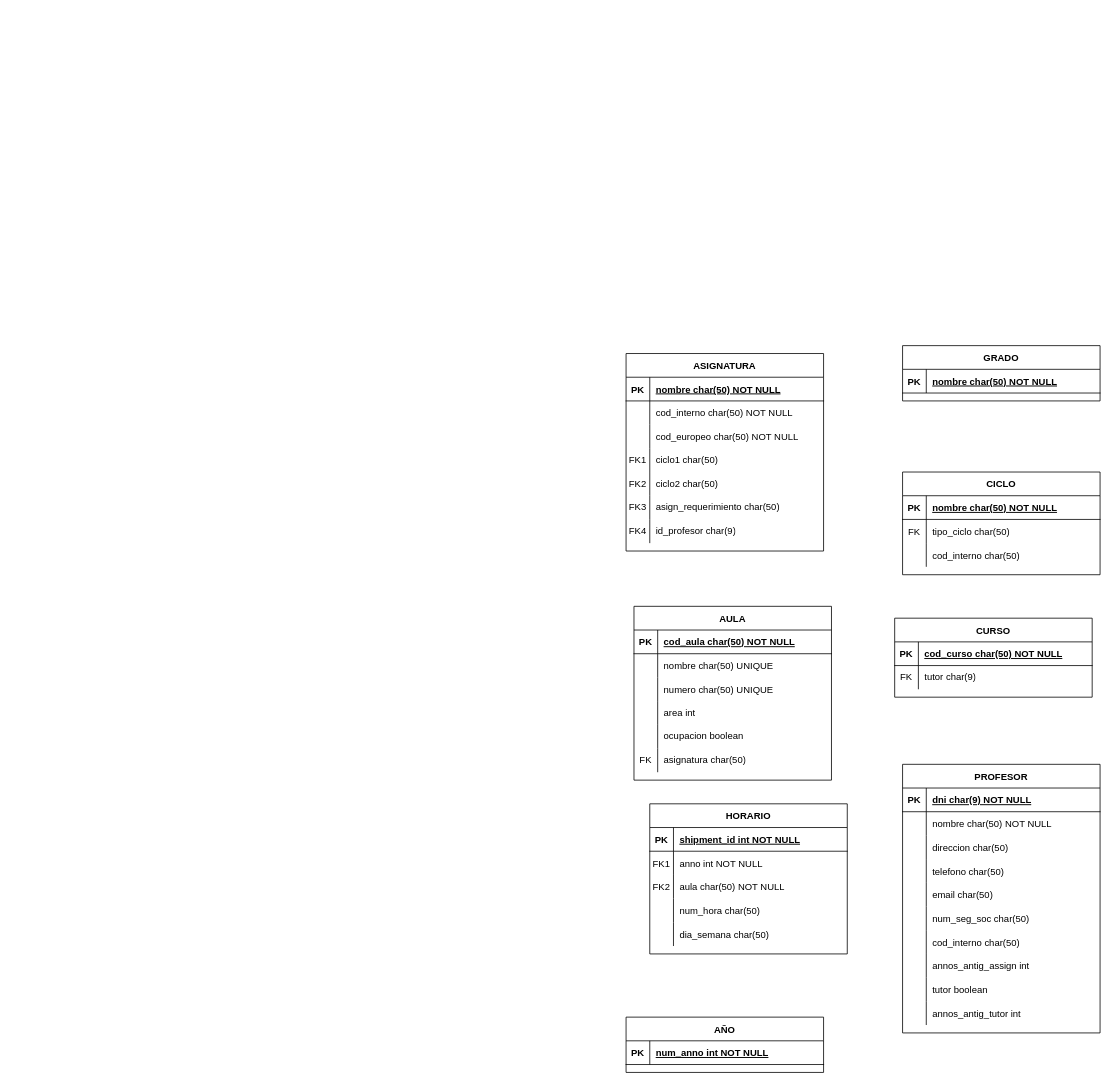
Before: c3-ud12-ejercicio17.drawio in eilmadc/c3-ud12-diagramaser-team03, a draw.io diagram. Source tidied: cells renumbered, new cells numbered last; positions are measured from the earlier drawing's top-left corner, leaving out a move shared by most shapes. Both pictures are drawn from the tidied source at 79%, with x=0, y=0 at pixel (626, 345).
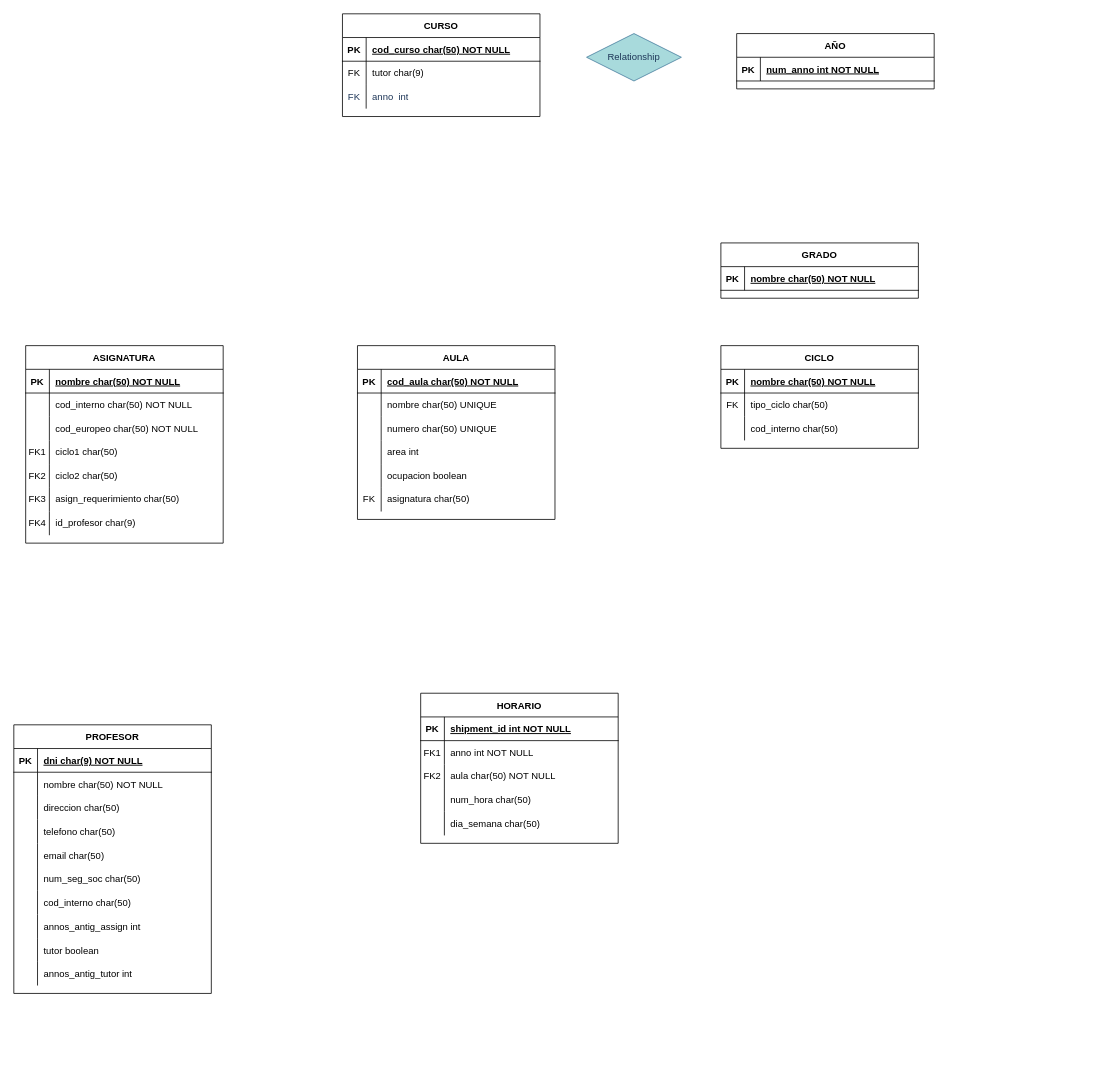
Above is the later version.

Change to the diagram source:
```diff
@@
     <mxCell id="2" value="CICLO" style="shape=table;startSize=30;childLayout=tableLayout;rowLines=0;fontStyle=1;align=center;" parent="1" vertex="1">
-      <mxGeometry x="350" y="160" width="250" height="130" as="geometry" />
+      <mxGeometry x="120" width="250" height="130" as="geometry" />
     </mxCell>
@@
     <mxCell id="12" value="HORARIO" style="shape=table;startSize=30;childLayout=tableLayout;rowLines=0;fontStyle=1;align=center;" parent="1" vertex="1">
-      <mxGeometry x="30" y="580" width="250" height="190" as="geometry" />
+      <mxGeometry x="-260" y="440" width="250" height="190" as="geometry" />
     </mxCell>
@@
     <mxCell id="28" value="ASIGNATURA" style="shape=table;startSize=30;childLayout=tableLayout;rowLines=0;fontStyle=1;align=center;" parent="1" vertex="1">
-      <mxGeometry y="10" width="250" height="250" as="geometry" />
+      <mxGeometry x="-760" width="250" height="250" as="geometry" />
     </mxCell>
@@
     <mxCell id="50" value="PROFESOR" style="shape=table;startSize=30;childLayout=tableLayout;rowLines=0;fontStyle=1;align=center;" parent="1" vertex="1">
-      <mxGeometry x="350" y="530" width="250" height="340" as="geometry" />
+      <mxGeometry x="-775" y="480" width="250" height="340" as="geometry" />
     </mxCell>
@@
     <mxCell id="81" value="GRADO" style="shape=table;startSize=30;childLayout=tableLayout;rowLines=0;fontStyle=1;align=center;" parent="1" vertex="1">
-      <mxGeometry x="350" width="250" height="70" as="geometry" />
+      <mxGeometry x="120" y="-130" width="250" height="70" as="geometry" />
     </mxCell>
@@
     <mxCell id="85" value="AULA" style="shape=table;startSize=30;childLayout=tableLayout;rowLines=0;fontStyle=1;align=center;" parent="1" vertex="1">
-      <mxGeometry x="10" y="330" width="250" height="220" as="geometry" />
+      <mxGeometry x="-340" width="250" height="220" as="geometry" />
     </mxCell>
@@
     <mxCell id="104" value="AÑO" style="shape=table;startSize=30;childLayout=tableLayout;rowLines=0;fontStyle=1;align=center;" parent="1" vertex="1">
-      <mxGeometry y="850" width="250" height="70" as="geometry" />
+      <mxGeometry x="140" y="-395" width="250" height="70" as="geometry" />
     </mxCell>
@@
     <mxCell id="108" value="CURSO" style="shape=table;startSize=30;childLayout=tableLayout;rowLines=0;fontStyle=1;align=center;" parent="1" vertex="1">
-      <mxGeometry x="340" y="345" width="250" height="100" as="geometry" />
+      <mxGeometry x="-359" y="-420" width="250" height="130" as="geometry" />
     </mxCell>
@@
+    <mxCell id="115" style="shape=tableRow;horizontal=0;startSize=0;swimlaneHead=0;swimlaneBody=0;fillColor=none;top=0;left=0;right=0;bottom=0;strokeColor=#457B9D;fontColor=#1D3557;" parent="108" vertex="1">
+      <mxGeometry y="90" width="250" height="30" as="geometry" />
+    </mxCell>
+    <mxCell id="116" value="FK" style="shape=partialRectangle;fillColor=none;top=0;left=0;bottom=0;right=0;fontStyle=0;overflow=hidden;whiteSpace=wrap;html=1;strokeColor=#457B9D;fontColor=#1D3557;" parent="115" vertex="1">
+      <mxGeometry width="30" height="30" as="geometry" />
+    </mxCell>
+    <mxCell id="117" value="anno&amp;nbsp; int" style="shape=partialRectangle;fillColor=none;top=0;left=0;bottom=0;right=0;align=left;spacingLeft=6;fontStyle=0;overflow=hidden;whiteSpace=wrap;html=1;strokeColor=#457B9D;fontColor=#1D3557;" parent="115" vertex="1">
+      <mxGeometry x="30" width="220" height="30" as="geometry" />
+    </mxCell>
+    <mxCell id="118" value="Relationship" style="shape=rhombus;perimeter=rhombusPerimeter;whiteSpace=wrap;html=1;align=center;strokeColor=#457B9D;fontColor=#1D3557;fillColor=#A8DADC;" parent="1" vertex="1">
+      <mxGeometry x="-50" y="-395" width="120" height="60" as="geometry" />
+    </mxCell>
```
